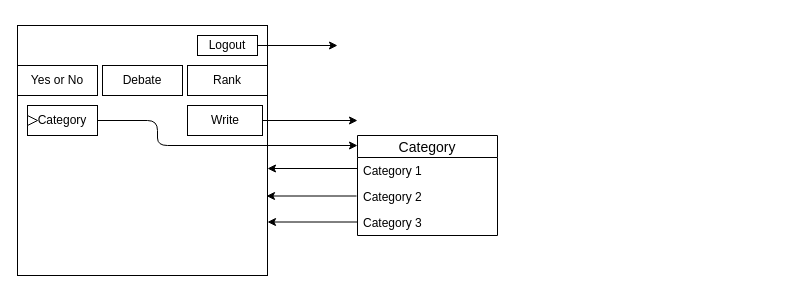
The draw.io diagram drawio_images/swpp201901_debate_Diagram.drawio in monchana/TalkCraft, before the edit. Source tidied: cells renumbered, new cells numbered last; positions are measured from the earlier drawing's top-left corner, leaving out a move shared by most shapes. Both pictures are drawn from the tidied source at 100%, with x=0, y=0 at pixel (17, 25).
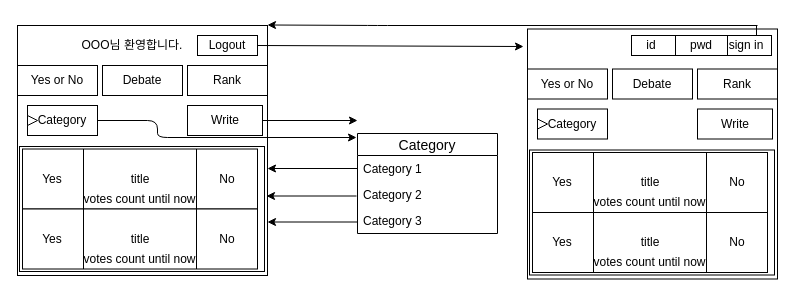
The same page after the edit.

What changed in the source:
```diff
@@
-    <mxCell id="5" style="endArrow=classic;html=1;" parent="1" edge="1">
+    <mxCell id="5" style="endArrow=classic;html=1;entryX=-0.016;entryY=0.07;entryDx=0;entryDy=0;entryPerimeter=0;" parent="1" edge="1" target="36">
       <mxGeometry relative="1" as="geometry">
         <mxPoint x="240" y="20" as="sourcePoint" />
-        <mxPoint x="320" y="20" as="targetPoint" />
       </mxGeometry>
     </mxCell>
@@
-    <mxCell id="17" style="endArrow=classic;html=1;" parent="1" edge="1">
+    <mxCell id="17" style="endArrow=classic;html=1;entryX=-0.007;entryY=0.04;entryDx=0;entryDy=0;entryPerimeter=0;" parent="1" edge="1" target="18">
       <mxGeometry relative="1" as="geometry">
         <mxPoint x="80" y="95" as="sourcePoint" />
-        <mxPoint x="340" y="120" as="targetPoint" />
         <Array as="points">
           <mxPoint x="140" y="95" />
-          <mxPoint x="140" y="120" />
+          <mxPoint x="140" y="112" />
         </Array>
       </mxGeometry>
     </mxCell>
     <mxCell id="18" value="Category" style="swimlane;fontStyle=0;horizontal=1;startSize=22;fillColor=none;swimlaneFillColor=#ffffff;align=center;fontSize=14;" parent="1" vertex="1">
-      <mxGeometry x="340" y="110" width="140" height="100" as="geometry" />
+      <mxGeometry x="340" y="108" width="140" height="100" as="geometry" />
     </mxCell>
@@
+    <mxCell id="25" style="rounded=0;whiteSpace=wrap;html=1;" parent="1" vertex="1">
+      <mxGeometry x="2" y="121" width="245" height="125" as="geometry" />
+    </mxCell>
+    <mxCell id="26" style="shape=process;whiteSpace=wrap;html=1;backgroundOutline=1;size=0.25957446808510637;" parent="1" vertex="1">
+      <mxGeometry x="5" y="123.5" width="235" height="60" as="geometry" />
+    </mxCell>
+    <mxCell id="27" value="Yes" style="text;html=1;strokeColor=none;fillColor=none;align=center;verticalAlign=middle;whiteSpace=wrap;rounded=0;" parent="1" vertex="1">
+      <mxGeometry x="15" y="143.5" width="40" height="20" as="geometry" />
+    </mxCell>
+    <mxCell id="28" value="No&lt;br&gt;" style="text;html=1;strokeColor=none;fillColor=none;align=center;verticalAlign=middle;whiteSpace=wrap;rounded=0;" parent="1" vertex="1">
+      <mxGeometry x="190" y="143.5" width="40" height="20" as="geometry" />
+    </mxCell>
+    <mxCell id="29" value="title" style="text;html=1;strokeColor=none;fillColor=none;align=center;verticalAlign=middle;whiteSpace=wrap;rounded=0;" parent="1" vertex="1">
+      <mxGeometry x="102.5" y="143.5" width="40" height="20" as="geometry" />
+    </mxCell>
+    <mxCell id="30" value="votes count until now" style="text;html=1;strokeColor=none;fillColor=none;align=center;verticalAlign=middle;whiteSpace=wrap;rounded=0;" parent="1" vertex="1">
+      <mxGeometry x="61" y="163.5" width="123" height="20" as="geometry" />
+    </mxCell>
+    <mxCell id="31" style="shape=process;whiteSpace=wrap;html=1;backgroundOutline=1;size=0.25957446808510637;" parent="1" vertex="1">
+      <mxGeometry x="5" y="183.5" width="235" height="60" as="geometry" />
+    </mxCell>
+    <mxCell id="32" value="Yes" style="text;html=1;strokeColor=none;fillColor=none;align=center;verticalAlign=middle;whiteSpace=wrap;rounded=0;" parent="1" vertex="1">
+      <mxGeometry x="15" y="203.5" width="40" height="20" as="geometry" />
+    </mxCell>
+    <mxCell id="33" value="No&lt;br&gt;" style="text;html=1;strokeColor=none;fillColor=none;align=center;verticalAlign=middle;whiteSpace=wrap;rounded=0;" parent="1" vertex="1">
+      <mxGeometry x="190" y="203.5" width="40" height="20" as="geometry" />
+    </mxCell>
+    <mxCell id="34" value="title" style="text;html=1;strokeColor=none;fillColor=none;align=center;verticalAlign=middle;whiteSpace=wrap;rounded=0;" parent="1" vertex="1">
+      <mxGeometry x="102.5" y="203.5" width="40" height="20" as="geometry" />
+    </mxCell>
+    <mxCell id="35" value="votes count until now" style="text;html=1;strokeColor=none;fillColor=none;align=center;verticalAlign=middle;whiteSpace=wrap;rounded=0;" parent="1" vertex="1">
+      <mxGeometry x="61" y="223.5" width="123" height="20" as="geometry" />
+    </mxCell>
+    <mxCell id="36" style="whiteSpace=wrap;html=1;" parent="1" vertex="1">
+      <mxGeometry x="510" y="3.5" width="250" height="250" as="geometry" />
+    </mxCell>
+    <mxCell id="37" style="rounded=0;whiteSpace=wrap;html=1;" parent="1" vertex="1">
+      <mxGeometry x="510" y="43.5" width="80" height="30" as="geometry" />
+    </mxCell>
+    <mxCell id="38" value="Yes or No" style="text;html=1;strokeColor=none;fillColor=none;align=center;verticalAlign=middle;whiteSpace=wrap;rounded=0;" parent="1" vertex="1">
+      <mxGeometry x="520" y="48.5" width="60" height="20" as="geometry" />
+    </mxCell>
+    <mxCell id="39" style="rounded=0;whiteSpace=wrap;html=1;" parent="1" vertex="1">
+      <mxGeometry x="595" y="43.5" width="80" height="30" as="geometry" />
+    </mxCell>
+    <mxCell id="40" value="Debate" style="text;html=1;strokeColor=none;fillColor=none;align=center;verticalAlign=middle;whiteSpace=wrap;rounded=0;" parent="1" vertex="1">
+      <mxGeometry x="615" y="48.5" width="40" height="20" as="geometry" />
+    </mxCell>
+    <mxCell id="41" style="rounded=0;whiteSpace=wrap;html=1;" parent="1" vertex="1">
+      <mxGeometry x="680" y="43.5" width="80" height="30" as="geometry" />
+    </mxCell>
+    <mxCell id="42" value="Rank" style="text;html=1;strokeColor=none;fillColor=none;align=center;verticalAlign=middle;whiteSpace=wrap;rounded=0;" parent="1" vertex="1">
+      <mxGeometry x="700" y="48.5" width="40" height="20" as="geometry" />
+    </mxCell>
+    <mxCell id="43" value="Category" style="html=1;whiteSpace=wrap;" parent="1" vertex="1">
+      <mxGeometry x="520" y="83.5" width="70" height="30" as="geometry" />
+    </mxCell>
+    <mxCell id="44" style="triangle;html=1;whiteSpace=wrap;" parent="43" vertex="1">
+      <mxGeometry y="10" width="10" height="10" as="geometry" />
+    </mxCell>
+    <mxCell id="45" style="rounded=0;whiteSpace=wrap;html=1;" parent="1" vertex="1">
+      <mxGeometry x="680" y="83.5" width="75" height="30" as="geometry" />
+    </mxCell>
+    <mxCell id="46" value="Write" style="text;html=1;strokeColor=none;fillColor=none;align=center;verticalAlign=middle;whiteSpace=wrap;rounded=0;" parent="1" vertex="1">
+      <mxGeometry x="697.5" y="88.5" width="40" height="20" as="geometry" />
+    </mxCell>
+    <mxCell id="47" style="rounded=0;whiteSpace=wrap;html=1;" parent="1" vertex="1">
+      <mxGeometry x="512" y="124.5" width="245" height="125" as="geometry" />
+    </mxCell>
+    <mxCell id="48" style="shape=process;whiteSpace=wrap;html=1;backgroundOutline=1;size=0.25957446808510637;" parent="1" vertex="1">
+      <mxGeometry x="515" y="127" width="235" height="60" as="geometry" />
+    </mxCell>
+    <mxCell id="49" value="Yes" style="text;html=1;strokeColor=none;fillColor=none;align=center;verticalAlign=middle;whiteSpace=wrap;rounded=0;" parent="1" vertex="1">
+      <mxGeometry x="525" y="147" width="40" height="20" as="geometry" />
+    </mxCell>
+    <mxCell id="50" value="No&lt;br&gt;" style="text;html=1;strokeColor=none;fillColor=none;align=center;verticalAlign=middle;whiteSpace=wrap;rounded=0;" parent="1" vertex="1">
+      <mxGeometry x="700" y="147" width="40" height="20" as="geometry" />
+    </mxCell>
+    <mxCell id="51" value="title" style="text;html=1;strokeColor=none;fillColor=none;align=center;verticalAlign=middle;whiteSpace=wrap;rounded=0;" parent="1" vertex="1">
+      <mxGeometry x="612.5" y="147" width="40" height="20" as="geometry" />
+    </mxCell>
+    <mxCell id="52" value="votes count until now" style="text;html=1;strokeColor=none;fillColor=none;align=center;verticalAlign=middle;whiteSpace=wrap;rounded=0;" parent="1" vertex="1">
+      <mxGeometry x="571" y="167" width="123" height="20" as="geometry" />
+    </mxCell>
+    <mxCell id="53" style="shape=process;whiteSpace=wrap;html=1;backgroundOutline=1;size=0.25957446808510637;" parent="1" vertex="1">
+      <mxGeometry x="515" y="187" width="235" height="60" as="geometry" />
+    </mxCell>
+    <mxCell id="54" value="Yes" style="text;html=1;strokeColor=none;fillColor=none;align=center;verticalAlign=middle;whiteSpace=wrap;rounded=0;" parent="1" vertex="1">
+      <mxGeometry x="525" y="207" width="40" height="20" as="geometry" />
+    </mxCell>
+    <mxCell id="55" value="No&lt;br&gt;" style="text;html=1;strokeColor=none;fillColor=none;align=center;verticalAlign=middle;whiteSpace=wrap;rounded=0;" parent="1" vertex="1">
+      <mxGeometry x="700" y="207" width="40" height="20" as="geometry" />
+    </mxCell>
+    <mxCell id="56" value="title" style="text;html=1;strokeColor=none;fillColor=none;align=center;verticalAlign=middle;whiteSpace=wrap;rounded=0;" parent="1" vertex="1">
+      <mxGeometry x="612.5" y="207" width="40" height="20" as="geometry" />
+    </mxCell>
+    <mxCell id="57" value="votes count until now" style="text;html=1;strokeColor=none;fillColor=none;align=center;verticalAlign=middle;whiteSpace=wrap;rounded=0;" parent="1" vertex="1">
+      <mxGeometry x="571" y="227" width="123" height="20" as="geometry" />
+    </mxCell>
+    <mxCell id="58" style="shape=process;whiteSpace=wrap;html=1;backgroundOutline=1;size=0.31666666666666665;" parent="1" vertex="1">
+      <mxGeometry x="614" y="10" width="140" height="20" as="geometry" />
+    </mxCell>
+    <mxCell id="59" value="id" style="text;html=1;strokeColor=none;fillColor=none;align=center;verticalAlign=middle;whiteSpace=wrap;rounded=0;" parent="1" vertex="1">
+      <mxGeometry x="614" y="10" width="40" height="20" as="geometry" />
+    </mxCell>
+    <mxCell id="60" value="pwd" style="text;html=1;strokeColor=none;fillColor=none;align=center;verticalAlign=middle;whiteSpace=wrap;rounded=0;" parent="1" vertex="1">
+      <mxGeometry x="664" y="10" width="40" height="20" as="geometry" />
+    </mxCell>
+    <mxCell id="61" value="sign in" style="text;html=1;strokeColor=none;fillColor=none;align=center;verticalAlign=middle;whiteSpace=wrap;rounded=0;" parent="1" vertex="1">
+      <mxGeometry x="684" y="10" width="90" height="20" as="geometry" />
+    </mxCell>
+    <mxCell id="62" value="OOO님 환영합니다." style="text;html=1;strokeColor=none;fillColor=none;align=center;verticalAlign=middle;whiteSpace=wrap;rounded=0;" parent="1" vertex="1">
+      <mxGeometry x="55" y="10" width="120" height="20" as="geometry" />
+    </mxCell>
+    <mxCell id="63" style="endArrow=classic;html=1;" parent="1" edge="1">
+      <mxGeometry relative="1" as="geometry">
+        <mxPoint x="740" as="sourcePoint" />
+        <mxPoint x="250" y="-0.5" as="targetPoint" />
+        <Array as="points">
+          <mxPoint x="360" />
+        </Array>
+      </mxGeometry>
+    </mxCell>
+    <mxCell id="64" style="endArrow=none;html=1;" parent="1" edge="1">
+      <mxGeometry relative="1" as="geometry">
+        <mxPoint x="739" y="10" as="sourcePoint" />
+        <mxPoint x="739" as="targetPoint" />
+      </mxGeometry>
+    </mxCell>
```
